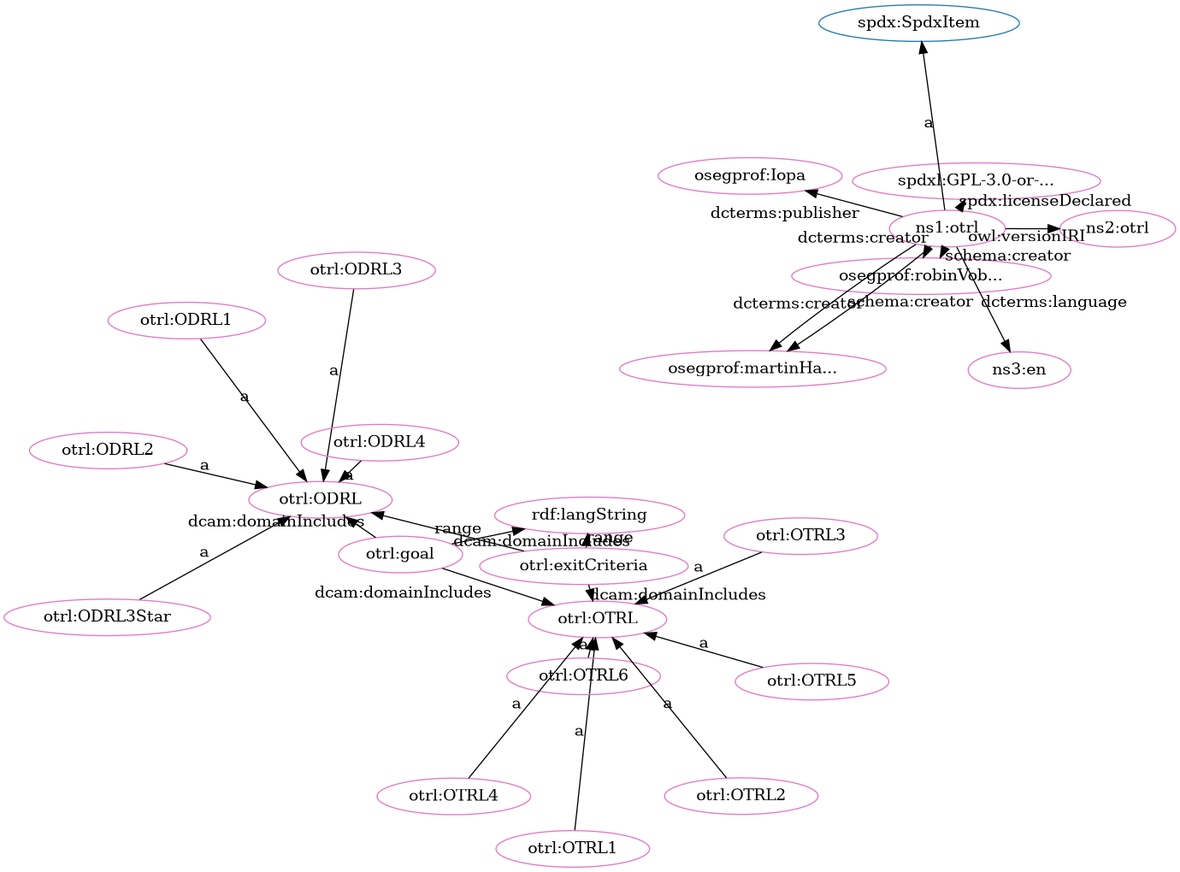
This is src/spec/dot_otrl-clean.png from iop-alliance/OpenKnowHow, a Graphviz export, as it was before one commit. Its source is kept beside it as src/spec/dot_otrl-clean.dot.
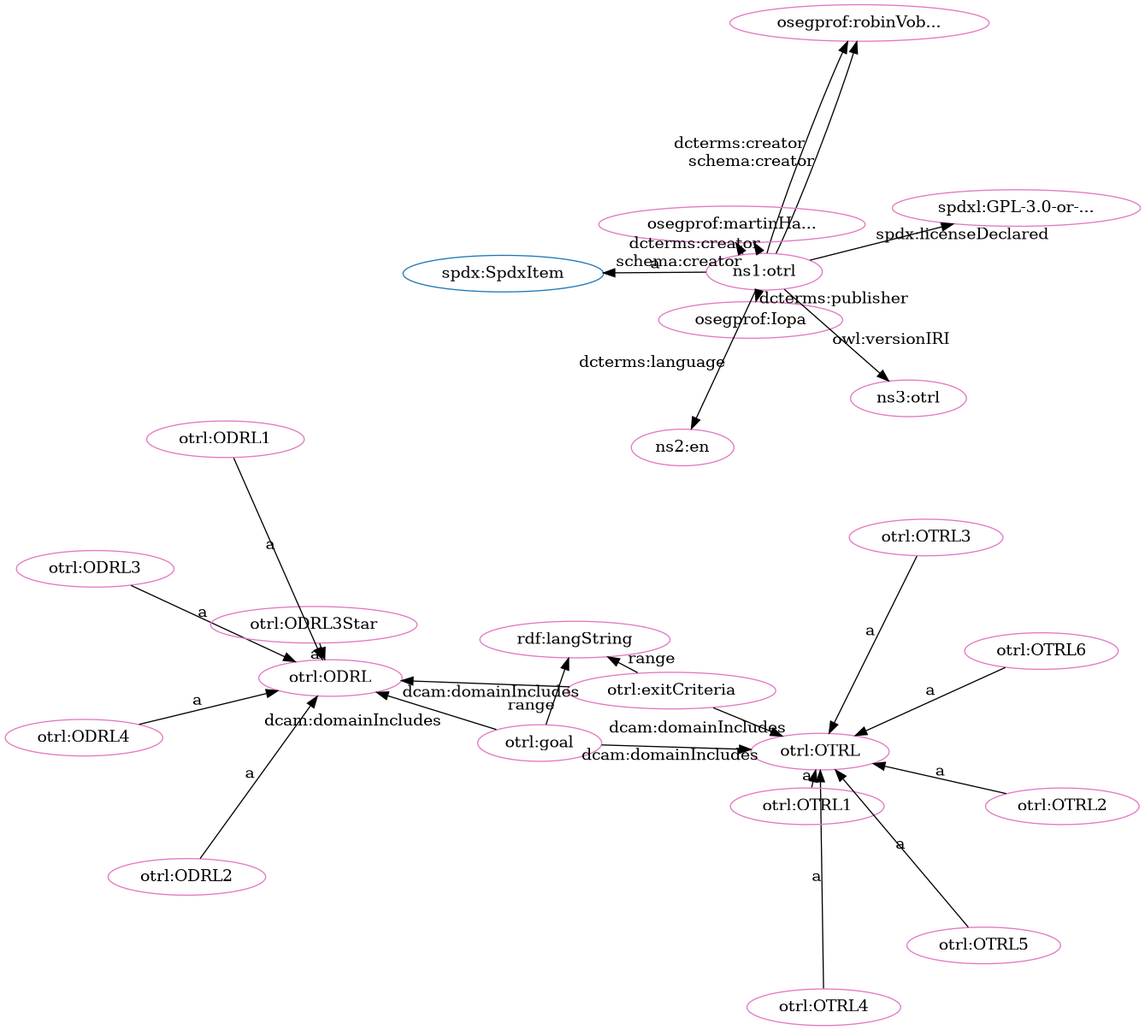
After the change.

What changed in the source:
```diff
@@ -1,56 +1,56 @@
 digraph G {
   rankdir=BT
   node[height=.3]
+"http://spdx.org/rdf/terms#SpdxItem" [fillcolor="#1f77b4" color="#1f77b4" label="spdx:SpdxItem"]
+"http://w3id.org/oseg/ont/otrl#ODRL" [fillcolor="#1f77b4" color="#1f77b4" label="otrl:ODRL"]
 "http://w3id.org/oseg/ont/otrl#OTRL" [fillcolor="#1f77b4" color="#1f77b4" label="otrl:OTRL"]
-"http://w3id.org/oseg/ont/otrl#ODRL" [fillcolor="#1f77b4" color="#1f77b4" label="otrl:ODRL"]
-"http://spdx.org/rdf/terms#SpdxItem" [fillcolor="#1f77b4" color="#1f77b4" label="spdx:SpdxItem"]
+"http://w3id.org/oseg/ont/otrl#ODRL3" [fillcolor="#e377c2" color="#e377c2" label="otrl:ODRL3"]
+"http://w3id.org/oseg/ont/oseg-profiles#robinVobruba" [fillcolor="#e377c2" color="#e377c2" label="osegprof:robinVob..."]
+"http://w3id.org/oseg/ont/oseg-profiles#Iopa" [fillcolor="#e377c2" color="#e377c2" label="osegprof:Iopa"]
+"http://w3id.org/oseg/ont/otrl#exitCriteria" [fillcolor="#e377c2" color="#e377c2" label="otrl:exitCriteria"]
+"http://w3id.org/oseg/ont/otrl#ODRL" [fillcolor="#e377c2" color="#e377c2" label="otrl:ODRL"]
+"http://w3id.org/oseg/ont/otrl#ODRL2" [fillcolor="#e377c2" color="#e377c2" label="otrl:ODRL2"]
+"http://w3id.org/oseg/ont/otrl#goal" [fillcolor="#e377c2" color="#e377c2" label="otrl:goal"]
 "http://spdx.org/licenses/GPL-3.0-or-later" [fillcolor="#e377c2" color="#e377c2" label="spdxl:GPL-3.0-or-..."]
-"http://w3id.org/oseg/ont/oseg-profiles#robinVobruba" [fillcolor="#e377c2" color="#e377c2" label="osegprof:robinVob..."]
+"http://w3id.org/oseg/ont/otrl#OTRL4" [fillcolor="#e377c2" color="#e377c2" label="otrl:OTRL4"]
+"http://w3id.org/oseg/ont/otrl" [fillcolor="#e377c2" color="#e377c2" label="ns1:otrl"]
+"http://w3id.org/oseg/ont/otrl#ODRL4" [fillcolor="#e377c2" color="#e377c2" label="otrl:ODRL4"]
+"http://w3id.org/oseg/ont/otrl#OTRL1" [fillcolor="#e377c2" color="#e377c2" label="otrl:OTRL1"]
+"http://w3id.org/oseg/ont/otrl#OTRL2" [fillcolor="#e377c2" color="#e377c2" label="otrl:OTRL2"]
+"http://w3id.org/oseg/ont/oseg-profiles#martinHaeuer" [fillcolor="#e377c2" color="#e377c2" label="osegprof:martinHa..."]
+"http://www.w3.org/1999/02/22-rdf-syntax-ns#langString" [fillcolor="#e377c2" color="#e377c2" label="rdf:langString"]
+"http://w3id.org/oseg/ont/otrl#OTRL5" [fillcolor="#e377c2" color="#e377c2" label="otrl:OTRL5"]
+"http://w3id.org/oseg/ont/otrl#OTRL" [fillcolor="#e377c2" color="#e377c2" label="otrl:OTRL"]
+"http://w3id.org/oseg/ont/otrl#OTRL6" [fillcolor="#e377c2" color="#e377c2" label="otrl:OTRL6"]
+"http://id.loc.gov/vocabulary/iso639-1/en" [fillcolor="#e377c2" color="#e377c2" label="ns2:en"]
+"http://w3id.org/oseg/ont/1.1.0/otrl" [fillcolor="#e377c2" color="#e377c2" label="ns3:otrl"]
 "http://w3id.org/oseg/ont/otrl#ODRL3Star" [fillcolor="#e377c2" color="#e377c2" label="otrl:ODRL3Star"]
-"http://w3id.org/oseg/ont/otrl#goal" [fillcolor="#e377c2" color="#e377c2" label="otrl:goal"]
+"http://w3id.org/oseg/ont/otrl#ODRL1" [fillcolor="#e377c2" color="#e377c2" label="otrl:ODRL1"]
 "http://w3id.org/oseg/ont/otrl#OTRL3" [fillcolor="#e377c2" color="#e377c2" label="otrl:OTRL3"]
-"http://w3id.org/oseg/ont/otrl#OTRL1" [fillcolor="#e377c2" color="#e377c2" label="otrl:OTRL1"]
-"http://w3id.org/oseg/ont/otrl" [fillcolor="#e377c2" color="#e377c2" label="ns1:otrl"]
-"http://w3id.org/oseg/ont/otrl#OTRL" [fillcolor="#e377c2" color="#e377c2" label="otrl:OTRL"]
-"http://w3id.org/oseg/ont/1.1.0/otrl" [fillcolor="#e377c2" color="#e377c2" label="ns2:otrl"]
-"http://w3id.org/oseg/ont/oseg-profiles#Iopa" [fillcolor="#e377c2" color="#e377c2" label="osegprof:Iopa"]
-"http://w3id.org/oseg/ont/otrl#OTRL6" [fillcolor="#e377c2" color="#e377c2" label="otrl:OTRL6"]
-"http://w3id.org/oseg/ont/otrl#exitCriteria" [fillcolor="#e377c2" color="#e377c2" label="otrl:exitCriteria"]
-"http://w3id.org/oseg/ont/otrl#ODRL1" [fillcolor="#e377c2" color="#e377c2" label="otrl:ODRL1"]
-"http://w3id.org/oseg/ont/oseg-profiles#martinHaeuer" [fillcolor="#e377c2" color="#e377c2" label="osegprof:martinHa..."]
-"http://w3id.org/oseg/ont/otrl#OTRL2" [fillcolor="#e377c2" color="#e377c2" label="otrl:OTRL2"]
-"http://w3id.org/oseg/ont/otrl#OTRL4" [fillcolor="#e377c2" color="#e377c2" label="otrl:OTRL4"]
-"http://w3id.org/oseg/ont/otrl#ODRL" [fillcolor="#e377c2" color="#e377c2" label="otrl:ODRL"]
-"http://w3id.org/oseg/ont/otrl#ODRL3" [fillcolor="#e377c2" color="#e377c2" label="otrl:ODRL3"]
-"http://www.w3.org/1999/02/22-rdf-syntax-ns#langString" [fillcolor="#e377c2" color="#e377c2" label="rdf:langString"]
-"http://id.loc.gov/vocabulary/iso639-1/en" [fillcolor="#e377c2" color="#e377c2" label="ns3:en"]
-"http://w3id.org/oseg/ont/otrl#ODRL4" [fillcolor="#e377c2" color="#e377c2" label="otrl:ODRL4"]
-"http://w3id.org/oseg/ont/otrl#ODRL2" [fillcolor="#e377c2" color="#e377c2" label="otrl:ODRL2"]
-"http://w3id.org/oseg/ont/otrl#OTRL5" [fillcolor="#e377c2" color="#e377c2" label="otrl:OTRL5"]
+  "http://w3id.org/oseg/ont/otrl#ODRL3" -> "http://w3id.org/oseg/ont/otrl#ODRL" [label="a"]
+  "http://w3id.org/oseg/ont/otrl#OTRL4" -> "http://w3id.org/oseg/ont/otrl#OTRL" [label="a"]
+  "http://w3id.org/oseg/ont/otrl#ODRL4" -> "http://w3id.org/oseg/ont/otrl#ODRL" [label="a"]
+  "http://w3id.org/oseg/ont/otrl#OTRL1" -> "http://w3id.org/oseg/ont/otrl#OTRL" [label="a"]
+  "http://w3id.org/oseg/ont/otrl#OTRL2" -> "http://w3id.org/oseg/ont/otrl#OTRL" [label="a"]
+  "http://w3id.org/oseg/ont/otrl" -> "http://w3id.org/oseg/ont/oseg-profiles#martinHaeuer" [label="schema:creator"]
+  "http://w3id.org/oseg/ont/otrl#exitCriteria" -> "http://www.w3.org/1999/02/22-rdf-syntax-ns#langString" [label="range"]
+  "http://w3id.org/oseg/ont/otrl#OTRL5" -> "http://w3id.org/oseg/ont/otrl#OTRL" [label="a"]
+  "http://w3id.org/oseg/ont/otrl" -> "http://w3id.org/oseg/ont/1.1.0/otrl" [label="owl:versionIRI"]
+  "http://w3id.org/oseg/ont/otrl#exitCriteria" -> "http://w3id.org/oseg/ont/otrl#OTRL" [label="dcam:domainIncludes"]
+  "http://w3id.org/oseg/ont/otrl#ODRL3Star" -> "http://w3id.org/oseg/ont/otrl#ODRL" [label="a"]
+  "http://w3id.org/oseg/ont/otrl#goal" -> "http://www.w3.org/1999/02/22-rdf-syntax-ns#langString" [label="range"]
+  "http://w3id.org/oseg/ont/otrl#OTRL3" -> "http://w3id.org/oseg/ont/otrl#OTRL" [label="a"]
+  "http://w3id.org/oseg/ont/otrl" -> "http://w3id.org/oseg/ont/oseg-profiles#robinVobruba" [label="dcterms:creator"]
+  "http://w3id.org/oseg/ont/otrl" -> "http://w3id.org/oseg/ont/oseg-profiles#Iopa" [label="dcterms:publisher"]
+  "http://w3id.org/oseg/ont/otrl#exitCriteria" -> "http://w3id.org/oseg/ont/otrl#ODRL" [label="dcam:domainIncludes"]
+  "http://w3id.org/oseg/ont/otrl#ODRL2" -> "http://w3id.org/oseg/ont/otrl#ODRL" [label="a"]
   "http://w3id.org/oseg/ont/otrl" -> "http://spdx.org/licenses/GPL-3.0-or-later" [label="spdx:licenseDeclared"]
-  "http://w3id.org/oseg/ont/otrl" -> "http://w3id.org/oseg/ont/oseg-profiles#robinVobruba" [label="schema:creator"]
-  "http://w3id.org/oseg/ont/otrl#OTRL1" -> "http://w3id.org/oseg/ont/otrl#OTRL" [label="a"]
-  "http://w3id.org/oseg/ont/otrl#exitCriteria" -> "http://w3id.org/oseg/ont/otrl#OTRL" [label="dcam:domainIncludes"]
+  "http://w3id.org/oseg/ont/otrl" -> "http://spdx.org/rdf/terms#SpdxItem" [label="a"]
+  "http://w3id.org/oseg/ont/otrl#goal" -> "http://w3id.org/oseg/ont/otrl#OTRL" [label="dcam:domainIncludes"]
   "http://w3id.org/oseg/ont/otrl#OTRL6" -> "http://w3id.org/oseg/ont/otrl#OTRL" [label="a"]
   "http://w3id.org/oseg/ont/otrl" -> "http://w3id.org/oseg/ont/oseg-profiles#martinHaeuer" [label="dcterms:creator"]
-  "http://w3id.org/oseg/ont/otrl#goal" -> "http://w3id.org/oseg/ont/otrl#OTRL" [label="dcam:domainIncludes"]
-  "http://w3id.org/oseg/ont/otrl#exitCriteria" -> "http://w3id.org/oseg/ont/otrl#ODRL" [label="dcam:domainIncludes"]
-  "http://w3id.org/oseg/ont/otrl#ODRL3" -> "http://w3id.org/oseg/ont/otrl#ODRL" [label="a"]
+  "http://w3id.org/oseg/ont/otrl" -> "http://id.loc.gov/vocabulary/iso639-1/en" [label="dcterms:language"]
   "http://w3id.org/oseg/ont/otrl#goal" -> "http://w3id.org/oseg/ont/otrl#ODRL" [label="dcam:domainIncludes"]
-  "http://w3id.org/oseg/ont/otrl#exitCriteria" -> "http://www.w3.org/1999/02/22-rdf-syntax-ns#langString" [label="range"]
-  "http://w3id.org/oseg/ont/otrl#ODRL2" -> "http://w3id.org/oseg/ont/otrl#ODRL" [label="a"]
-  "http://w3id.org/oseg/ont/otrl#OTRL5" -> "http://w3id.org/oseg/ont/otrl#OTRL" [label="a"]
-  "http://w3id.org/oseg/ont/otrl#goal" -> "http://www.w3.org/1999/02/22-rdf-syntax-ns#langString" [label="range"]
-  "http://w3id.org/oseg/ont/otrl#ODRL3Star" -> "http://w3id.org/oseg/ont/otrl#ODRL" [label="a"]
-  "http://w3id.org/oseg/ont/otrl#OTRL3" -> "http://w3id.org/oseg/ont/otrl#OTRL" [label="a"]
-  "http://w3id.org/oseg/ont/otrl" -> "http://w3id.org/oseg/ont/1.1.0/otrl" [label="owl:versionIRI"]
-  "http://w3id.org/oseg/ont/otrl" -> "http://w3id.org/oseg/ont/oseg-profiles#Iopa" [label="dcterms:publisher"]
-  "http://w3id.org/oseg/ont/otrl" -> "http://w3id.org/oseg/ont/oseg-profiles#robinVobruba" [label="dcterms:creator"]
+  "http://w3id.org/oseg/ont/otrl" -> "http://w3id.org/oseg/ont/oseg-profiles#robinVobruba" [label="schema:creator"]
   "http://w3id.org/oseg/ont/otrl#ODRL1" -> "http://w3id.org/oseg/ont/otrl#ODRL" [label="a"]
-  "http://w3id.org/oseg/ont/otrl#OTRL2" -> "http://w3id.org/oseg/ont/otrl#OTRL" [label="a"]
-  "http://w3id.org/oseg/ont/otrl#OTRL4" -> "http://w3id.org/oseg/ont/otrl#OTRL" [label="a"]
-  "http://w3id.org/oseg/ont/otrl" -> "http://w3id.org/oseg/ont/oseg-profiles#martinHaeuer" [label="schema:creator"]
-  "http://w3id.org/oseg/ont/otrl" -> "http://spdx.org/rdf/terms#SpdxItem" [label="a"]
-  "http://w3id.org/oseg/ont/otrl" -> "http://id.loc.gov/vocabulary/iso639-1/en" [label="dcterms:language"]
-  "http://w3id.org/oseg/ont/otrl#ODRL4" -> "http://w3id.org/oseg/ont/otrl#ODRL" [label="a"]
 }
```
